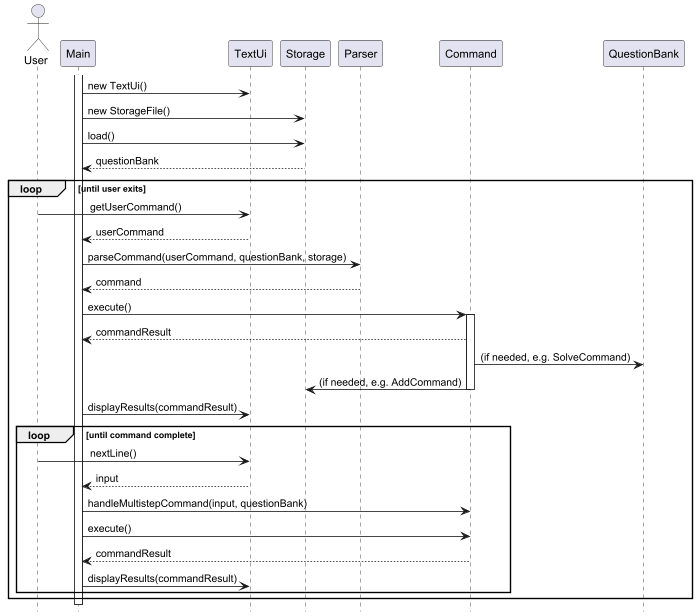
tongkiankiat/tp keeps this PlantUML diagram as docs/diagrams/sequence/Main.png. Above is the earlier version. Its diagram source:
```plantuml
@startuml
!include Style.puml
hide footbox

actor User
participant "Main" as Main
participant "TextUi" as TextUi
participant "Storage" as Storage
participant "Parser" as Parser
participant "Command" as Command
participant "QuestionBank" as QuestionBank

activate Main
Main -> TextUi : new TextUi()
Main -> Storage : new StorageFile()
Main -> Storage : load()
Storage --> Main : questionBank

loop until user exits
    User -> TextUi : \t\tgetUserCommand()
    TextUi --> Main : userCommand
    Main -> Parser : parseCommand(userCommand, questionBank, storage)
    Parser --> Main : command
    Main -> Command : execute()
    activate Command
    Command --> Main : commandResult
    Command -> QuestionBank : (if needed, e.g. SolveCommand)
    Command -> Storage : (if needed, e.g. AddCommand)
    deactivate Command
    Main -> TextUi : displayResults(commandResult)

    loop until command complete
      User -> TextUi : \t\tnextLine()
      TextUi --> Main : input
      Main -> Command : handleMultistepCommand(input, questionBank)
      Main -> Command : execute()
      Command --> Main : commandResult
      Main -> TextUi : displayResults(commandResult)
    end
end

@enduml
```
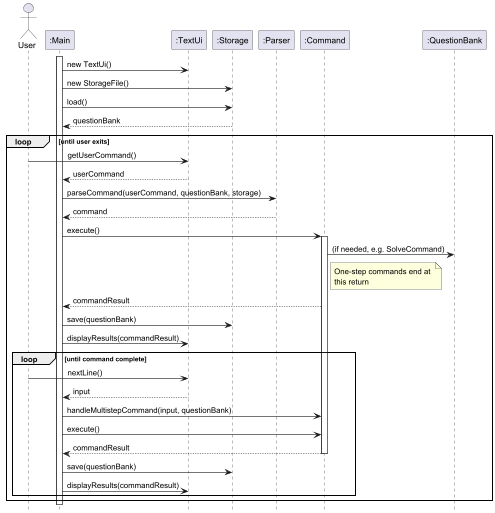
After the change.

The edit, as a diff of the source:
```diff
@@ -3,12 +3,12 @@
 hide footbox
 
 actor User
-participant "Main" as Main
-participant "TextUi" as TextUi
-participant "Storage" as Storage
-participant "Parser" as Parser
-participant "Command" as Command
-participant "QuestionBank" as QuestionBank
+participant ":Main" as Main
+participant ":TextUi" as TextUi
+participant ":Storage" as Storage
+participant ":Parser" as Parser
+participant ":Command" as Command
+participant ":QuestionBank" as QuestionBank
 
 activate Main
 Main -> TextUi : new TextUi()
@@ -23,10 +23,13 @@
     Parser --> Main : command
     Main -> Command : execute()
     activate Command
+    Command -> QuestionBank : (if needed, e.g. SolveCommand)
+    note right of Command
+        One-step commands end at
+        this return
+    end note
     Command --> Main : commandResult
-    Command -> QuestionBank : (if needed, e.g. SolveCommand)
-    Command -> Storage : (if needed, e.g. AddCommand)
-    deactivate Command
+    Main -> Storage : save(questionBank)
     Main -> TextUi : displayResults(commandResult)
 
     loop until command complete
@@ -35,6 +38,8 @@
       Main -> Command : handleMultistepCommand(input, questionBank)
       Main -> Command : execute()
       Command --> Main : commandResult
+      deactivate Command
+      Main -> Storage : save(questionBank)
       Main -> TextUi : displayResults(commandResult)
     end
 end
```
